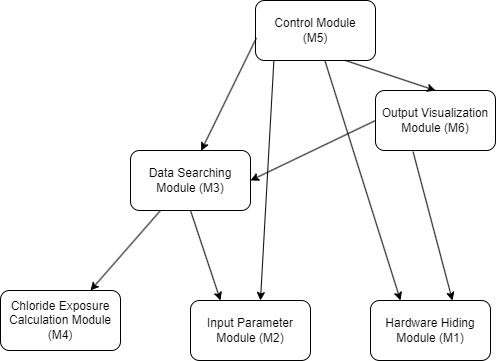
This is docs/Design/SoftArchitecture/UsesHierarchy.png from CynthiaLiu0805/BridgeChlorideExposurePredictor, a draw.io export, as it was before one commit. Source tidied: cells renumbered, new cells last; positions are measured from the earlier drawing's top-left corner, leaving out a move shared by most shapes.
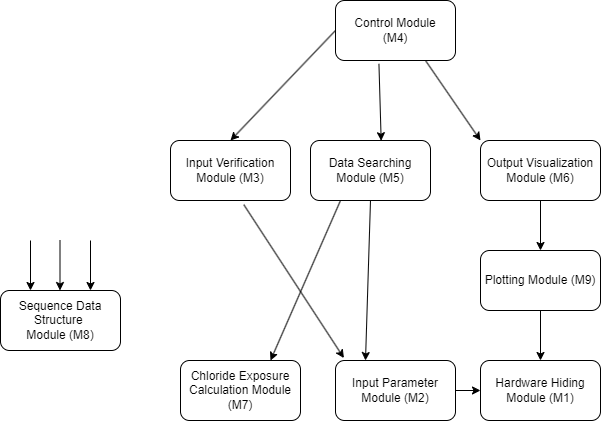
After the change.

Diff of the diagram source:
```diff
@@ -2,47 +2,77 @@
   <root>
     <mxCell id="0" />
     <mxCell id="1" parent="0" />
-    <mxCell id="2" value="Control Module&lt;div&gt;(M5)&lt;/div&gt;" style="rounded=1;whiteSpace=wrap;html=1;" parent="1" vertex="1">
-      <mxGeometry x="255" width="120" height="60" as="geometry" />
+    <mxCell id="2" value="Control Module&lt;div&gt;(M4)&lt;/div&gt;" style="rounded=1;whiteSpace=wrap;html=1;" parent="1" vertex="1">
+      <mxGeometry x="365" y="-10" width="120" height="60" as="geometry" />
     </mxCell>
     <mxCell id="3" value="Hardware Hiding Module&amp;nbsp;&lt;span style=&quot;background-color: initial;&quot;&gt;(M1)&lt;/span&gt;" style="rounded=1;whiteSpace=wrap;html=1;" parent="1" vertex="1">
-      <mxGeometry x="370" y="300" width="120" height="60" as="geometry" />
+      <mxGeometry x="510" y="350" width="120" height="60" as="geometry" />
     </mxCell>
+    <mxCell id="16" style="edgeStyle=orthogonalEdgeStyle;rounded=0;jettySize=auto;html=1;exitX=1;exitY=0.5;exitDx=0;exitDy=0;entryX=0;entryY=0.5;entryDx=0;entryDy=0;" parent="1" edge="1" source="4" target="3">
+      <mxGeometry relative="1" as="geometry" />
+    </mxCell>
     <mxCell id="4" value="Input Parameter Module&amp;nbsp;&lt;span style=&quot;background-color: initial;&quot;&gt;(M2)&lt;/span&gt;" style="rounded=1;whiteSpace=wrap;html=1;" parent="1" vertex="1">
-      <mxGeometry x="190" y="300" width="120" height="60" as="geometry" />
+      <mxGeometry x="365" y="350" width="120" height="60" as="geometry" />
     </mxCell>
-    <mxCell id="5" value="Chloride Exposure Calculation Module&lt;div&gt;(M4)&lt;/div&gt;" style="rounded=1;whiteSpace=wrap;html=1;" parent="1" vertex="1">
-      <mxGeometry y="290" width="120" height="60" as="geometry" />
+    <mxCell id="5" value="Chloride Exposure Calculation Module&lt;div&gt;(M7)&lt;/div&gt;" style="rounded=1;whiteSpace=wrap;html=1;" parent="1" vertex="1">
+      <mxGeometry x="210" y="350" width="120" height="60" as="geometry" />
     </mxCell>
-    <mxCell id="6" value="Data Searching Module&amp;nbsp;&lt;span style=&quot;background-color: initial;&quot;&gt;(M3)&lt;/span&gt;" style="rounded=1;whiteSpace=wrap;html=1;" parent="1" vertex="1">
-      <mxGeometry x="130" y="150" width="120" height="60" as="geometry" />
+    <mxCell id="6" value="Data Searching Module&amp;nbsp;&lt;span style=&quot;background-color: initial;&quot;&gt;(M5)&lt;/span&gt;" style="rounded=1;whiteSpace=wrap;html=1;" parent="1" vertex="1">
+      <mxGeometry x="340" y="130" width="120" height="60" as="geometry" />
     </mxCell>
     <mxCell id="7" value="Output Visualization Module&amp;nbsp;&lt;span style=&quot;background-color: initial;&quot;&gt;(M6)&lt;/span&gt;" style="rounded=1;whiteSpace=wrap;html=1;" parent="1" vertex="1">
-      <mxGeometry x="375" y="90" width="120" height="60" as="geometry" />
+      <mxGeometry x="510" y="130" width="120" height="60" as="geometry" />
     </mxCell>
-    <mxCell id="8" style="endArrow=classic;html=1;rounded=0;entryX=0.589;entryY=0.004;entryDx=0;entryDy=0;entryPerimeter=0;exitX=0.008;exitY=0.622;exitDx=0;exitDy=0;exitPerimeter=0;" parent="1" edge="1" source="2" target="6">
+    <mxCell id="8" style="endArrow=classic;html=1;rounded=0;entryX=0.589;entryY=0.004;entryDx=0;entryDy=0;entryPerimeter=0;exitX=0.362;exitY=1.056;exitDx=0;exitDy=0;exitPerimeter=0;" parent="1" edge="1" source="2" target="6">
       <mxGeometry relative="1" as="geometry" />
     </mxCell>
-    <mxCell id="9" style="endArrow=classic;html=1;rounded=0;entryX=0.583;entryY=0;entryDx=0;entryDy=0;entryPerimeter=0;exitX=0.153;exitY=1.007;exitDx=0;exitDy=0;exitPerimeter=0;" parent="1" edge="1" source="2" target="4">
-      <mxGeometry relative="1" as="geometry" />
-    </mxCell>
-    <mxCell id="10" style="endArrow=classic;html=1;rounded=0;entryX=0.5;entryY=0;entryDx=0;entryDy=0;exitX=0.75;exitY=1;exitDx=0;exitDy=0;" parent="1" edge="1" source="2" target="7">
+    <mxCell id="10" style="endArrow=classic;html=1;rounded=0;entryX=0;entryY=0;entryDx=0;entryDy=0;exitX=0.75;exitY=1;exitDx=0;exitDy=0;" parent="1" edge="1" source="2" target="7">
       <mxGeometry relative="1" as="geometry" />
     </mxCell>
-    <mxCell id="11" style="endArrow=classic;html=1;rounded=0;entryX=0.25;entryY=0;entryDx=0;entryDy=0;exitX=0.579;exitY=1.007;exitDx=0;exitDy=0;exitPerimeter=0;" parent="1" edge="1" source="2" target="3">
-      <mxGeometry relative="1" as="geometry" />
-    </mxCell>
     <mxCell id="12" style="endArrow=classic;html=1;rounded=0;entryX=0.75;entryY=0;entryDx=0;entryDy=0;exitX=0.25;exitY=1;exitDx=0;exitDy=0;" parent="1" edge="1" source="6" target="5">
       <mxGeometry relative="1" as="geometry" />
     </mxCell>
     <mxCell id="13" style="endArrow=classic;html=1;rounded=0;entryX=0.25;entryY=0;entryDx=0;entryDy=0;exitX=0.5;exitY=1;exitDx=0;exitDy=0;" parent="1" edge="1" source="6" target="4">
       <mxGeometry relative="1" as="geometry" />
     </mxCell>
-    <mxCell id="14" style="endArrow=classic;html=1;rounded=0;entryX=0.683;entryY=0;entryDx=0;entryDy=0;entryPerimeter=0;exitX=0.313;exitY=1.019;exitDx=0;exitDy=0;exitPerimeter=0;" parent="1" edge="1" source="7" target="3">
+    <mxCell id="14" style="endArrow=classic;html=1;rounded=0;entryX=0.5;entryY=0;entryDx=0;entryDy=0;entryPerimeter=0;exitX=0.5;exitY=1;exitDx=0;exitDy=0;" parent="1" edge="1" source="21" target="3">
       <mxGeometry relative="1" as="geometry" />
     </mxCell>
-    <mxCell id="15" style="endArrow=classic;html=1;rounded=0;entryX=1;entryY=0.5;entryDx=0;entryDy=0;exitX=0;exitY=0.5;exitDx=0;exitDy=0;" parent="1" edge="1" source="7" target="6">
-      <mxGeometry relative="1" as="geometry" />
-    </mxCell>
+    <mxCell id="17" value="Input Verification Module&amp;nbsp;&lt;span style=&quot;background-color: initial;&quot;&gt;(M3)&lt;/span&gt;" style="rounded=1;whiteSpace=wrap;html=1;" parent="1" vertex="1">
+      <mxGeometry x="200" y="130" width="120" height="60" as="geometry" />
+    </mxCell>
+    <mxCell id="18" style="endArrow=classic;html=1;rounded=0;exitX=0.611;exitY=1.07;exitDx=0;exitDy=0;entryX=0.07;entryY=-0.041;entryDx=0;entryDy=0;exitPerimeter=0;entryPerimeter=0;" parent="1" edge="1" source="17" target="4">
+      <mxGeometry relative="1" as="geometry" />
+    </mxCell>
+    <mxCell id="19" style="endArrow=classic;html=1;rounded=0;entryX=0.5;entryY=0;entryDx=0;entryDy=0;exitX=0;exitY=0.5;exitDx=0;exitDy=0;" parent="1" edge="1" source="2" target="17">
+      <mxGeometry relative="1" as="geometry" />
+    </mxCell>
+    <mxCell id="20" value="Sequence Data Structure&amp;nbsp; Module&amp;nbsp;&lt;span style=&quot;background-color: initial;&quot;&gt;(M8)&lt;/span&gt;" style="rounded=1;whiteSpace=wrap;html=1;" parent="1" vertex="1">
+      <mxGeometry x="30" y="280" width="120" height="60" as="geometry" />
+    </mxCell>
+    <mxCell id="21" value="Plotting Module&amp;nbsp;&lt;span style=&quot;background-color: initial;&quot;&gt;(M9)&lt;/span&gt;" style="rounded=1;whiteSpace=wrap;html=1;" parent="1" vertex="1">
+      <mxGeometry x="510" y="240" width="120" height="60" as="geometry" />
+    </mxCell>
+    <mxCell id="22" style="endArrow=classic;html=1;rounded=0;entryX=0.5;entryY=0;entryDx=0;entryDy=0;exitX=0.5;exitY=1;exitDx=0;exitDy=0;" parent="1" edge="1" source="7" target="21">
+      <mxGeometry relative="1" as="geometry" />
+    </mxCell>
+    <mxCell id="23" style="endArrow=classic;html=1;rounded=0;entryX=0.5;entryY=0;entryDx=0;entryDy=0;entryPerimeter=0;exitX=0.5;exitY=1;exitDx=0;exitDy=0;" parent="1" edge="1">
+      <mxGeometry relative="1" as="geometry">
+        <mxPoint x="60" y="230" as="sourcePoint" />
+        <mxPoint x="60" y="280" as="targetPoint" />
+      </mxGeometry>
+    </mxCell>
+    <mxCell id="24" style="endArrow=classic;html=1;rounded=0;entryX=0.5;entryY=0;entryDx=0;entryDy=0;entryPerimeter=0;exitX=0.5;exitY=1;exitDx=0;exitDy=0;" parent="1" edge="1">
+      <mxGeometry relative="1" as="geometry">
+        <mxPoint x="89.5" y="230" as="sourcePoint" />
+        <mxPoint x="89.5" y="280" as="targetPoint" />
+      </mxGeometry>
+    </mxCell>
+    <mxCell id="25" style="endArrow=classic;html=1;rounded=0;entryX=0.5;entryY=0;entryDx=0;entryDy=0;entryPerimeter=0;exitX=0.5;exitY=1;exitDx=0;exitDy=0;" parent="1" edge="1">
+      <mxGeometry relative="1" as="geometry">
+        <mxPoint x="120" y="230" as="sourcePoint" />
+        <mxPoint x="120" y="280" as="targetPoint" />
+      </mxGeometry>
+    </mxCell>
   </root>
 </mxGraphModel>
```
